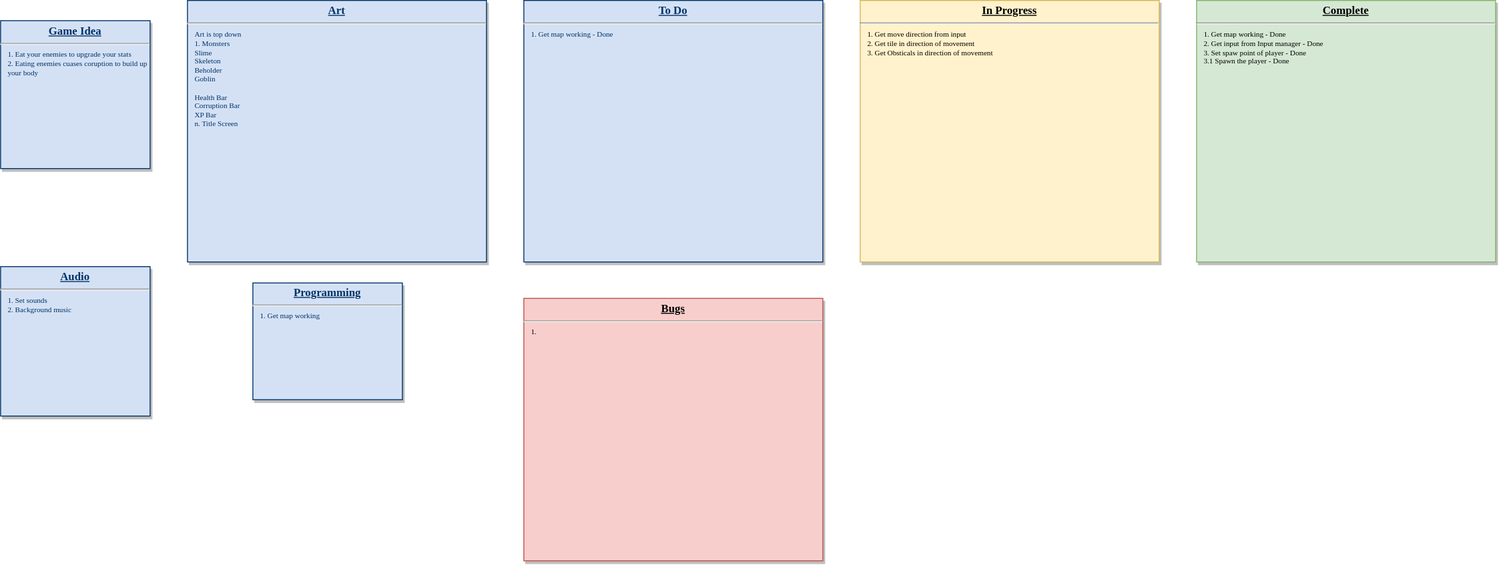
The draw.io diagram Planning.svg in bitbear101/Insatiable, before a commit. Source tidied: cells renumbered, new cells last; positions are measured from the earlier drawing's top-left corner, leaving out a move shared by most shapes. Its diagram source:
```xml
<mxGraphModel background="#ffffff">
  <root>
    <mxCell id="0" />
    <mxCell id="1" parent="0" />
    <mxCell id="2" value="&lt;p style=&quot;margin: 0px ; margin-top: 4px ; text-align: center ; text-decoration: underline&quot;&gt;&lt;b&gt;Art&lt;/b&gt;&lt;/p&gt;&lt;hr&gt;&lt;p style=&quot;margin: 0px 0px 0px 8px ; font-size: 8px&quot;&gt;Art is top down&lt;/p&gt;&lt;p style=&quot;margin: 0px 0px 0px 8px ; font-size: 8px&quot;&gt;1. Monsters&lt;/p&gt;&lt;p style=&quot;margin: 0px 0px 0px 8px ; font-size: 8px&quot;&gt;Slime&lt;/p&gt;&lt;p style=&quot;margin: 0px 0px 0px 8px ; font-size: 8px&quot;&gt;Skeleton&lt;/p&gt;&lt;p style=&quot;margin: 0px 0px 0px 8px ; font-size: 8px&quot;&gt;Beholder&lt;/p&gt;&lt;p style=&quot;margin: 0px 0px 0px 8px ; font-size: 8px&quot;&gt;Goblin&lt;/p&gt;&lt;p style=&quot;margin: 0px 0px 0px 8px ; font-size: 8px&quot;&gt;&lt;br&gt;&lt;/p&gt;&lt;p style=&quot;margin: 0px 0px 0px 8px ; font-size: 8px&quot;&gt;Health Bar&lt;/p&gt;&lt;p style=&quot;margin: 0px 0px 0px 8px ; font-size: 8px&quot;&gt;Corruption Bar&lt;/p&gt;&lt;p style=&quot;margin: 0px 0px 0px 8px ; font-size: 8px&quot;&gt;XP Bar&lt;/p&gt;&lt;p style=&quot;margin: 0px 0px 0px 8px ; font-size: 8px&quot;&gt;n. Title Screen&lt;/p&gt;" style="verticalAlign=top;align=left;overflow=fill;fontSize=12;fontFamily=JetBrains Mono;html=1;strokeColor=#003366;shadow=1;fillColor=#D4E1F5;fontColor=#003366;fontSource=https%3A%2F%2Ffonts.googleapis.com%2Fcss%3Ffamily%3DJetBrains%2BMono;whiteSpace=wrap;" parent="1" vertex="1">
      <mxGeometry x="200" width="320" height="280" as="geometry" />
    </mxCell>
    <mxCell id="3" value="&lt;p style=&quot;margin: 0px ; margin-top: 4px ; text-align: center ; text-decoration: underline&quot;&gt;&lt;b&gt;Programming&lt;/b&gt;&lt;/p&gt;&lt;hr&gt;&lt;p style=&quot;margin: 0px 0px 0px 8px ; font-size: 8px&quot;&gt;1. Get map working&lt;/p&gt;" style="verticalAlign=top;align=left;overflow=fill;fontSize=12;fontFamily=JetBrains Mono;html=1;strokeColor=#003366;shadow=1;fillColor=#D4E1F5;fontColor=#003366;fontSource=https%3A%2F%2Ffonts.googleapis.com%2Fcss%3Ffamily%3DJetBrains%2BMono;whiteSpace=wrap;" parent="1" vertex="1">
      <mxGeometry x="270" y="302.5" width="160" height="125" as="geometry" />
    </mxCell>
    <mxCell id="4" value="&lt;p style=&quot;margin: 0px ; margin-top: 4px ; text-align: center ; text-decoration: underline&quot;&gt;&lt;b&gt;Audio&lt;/b&gt;&lt;/p&gt;&lt;hr&gt;&lt;p style=&quot;margin: 0px 0px 0px 8px ; font-size: 8px&quot;&gt;1. Set sounds&lt;/p&gt;&lt;p style=&quot;margin: 0px 0px 0px 8px ; font-size: 8px&quot;&gt;2. B&lt;span&gt;ackground music&lt;/span&gt;&lt;/p&gt;" style="verticalAlign=top;align=left;overflow=fill;fontSize=12;fontFamily=JetBrains Mono;html=1;strokeColor=#003366;shadow=1;fillColor=#D4E1F5;fontColor=#003366;fontSource=https%3A%2F%2Ffonts.googleapis.com%2Fcss%3Ffamily%3DJetBrains%2BMono;whiteSpace=wrap;" parent="1" vertex="1">
      <mxGeometry y="285" width="160" height="160" as="geometry" />
    </mxCell>
    <mxCell id="5" value="&lt;p style=&quot;margin: 0px ; margin-top: 4px ; text-align: center ; text-decoration: underline&quot;&gt;&lt;b&gt;Game Idea&lt;/b&gt;&lt;/p&gt;&lt;hr&gt;&lt;p style=&quot;margin: 0px 0px 0px 8px ; font-size: 8px&quot;&gt;1. Eat your enemies to upgrade your stats&lt;/p&gt;&lt;p style=&quot;margin: 0px 0px 0px 8px ; font-size: 8px&quot;&gt;2. Eating enemies cuases coruption to build up your body&lt;/p&gt;" style="verticalAlign=top;align=left;overflow=fill;fontSize=12;fontFamily=JetBrains Mono;html=1;strokeColor=#003366;shadow=1;fillColor=#D4E1F5;fontColor=#003366;fontSource=https%3A%2F%2Ffonts.googleapis.com%2Fcss%3Ffamily%3DJetBrains%2BMono;whiteSpace=wrap;" parent="1" vertex="1">
      <mxGeometry y="21.6" width="160" height="158.4" as="geometry" />
    </mxCell>
    <mxCell id="6" value="&lt;p style=&quot;margin: 0px ; margin-top: 4px ; text-align: center ; text-decoration: underline&quot;&gt;&lt;b&gt;In Progress&lt;/b&gt;&lt;/p&gt;&lt;hr&gt;&lt;p style=&quot;margin: 0px 0px 0px 8px ; font-size: 8px&quot;&gt;&lt;span&gt;1. Get move direction from input&lt;/span&gt;&lt;br&gt;&lt;/p&gt;&lt;p style=&quot;margin: 0px 0px 0px 8px ; font-size: 8px&quot;&gt;2. Get tile in direction of movement&lt;/p&gt;&lt;p style=&quot;margin: 0px 0px 0px 8px ; font-size: 8px&quot;&gt;3. Get Obsticals in direction of movement&lt;/p&gt;" style="verticalAlign=top;align=left;overflow=fill;fontSize=12;fontFamily=JetBrains Mono;html=1;strokeColor=#d6b656;shadow=1;fillColor=#fff2cc;fontSource=https%3A%2F%2Ffonts.googleapis.com%2Fcss%3Ffamily%3DJetBrains%2BMono;whiteSpace=wrap;" parent="1" vertex="1">
      <mxGeometry x="920" width="320" height="280" as="geometry" />
    </mxCell>
    <mxCell id="7" value="&lt;p style=&quot;margin: 0px ; margin-top: 4px ; text-align: center ; text-decoration: underline&quot;&gt;&lt;b&gt;To Do&lt;/b&gt;&lt;/p&gt;&lt;hr&gt;&lt;p style=&quot;margin: 0px 0px 0px 8px ; font-size: 8px&quot;&gt;1. Get map working - Done&lt;/p&gt;" style="verticalAlign=top;align=left;overflow=fill;fontSize=12;fontFamily=JetBrains Mono;html=1;strokeColor=#003366;shadow=1;fillColor=#D4E1F5;fontColor=#003366;fontSource=https%3A%2F%2Ffonts.googleapis.com%2Fcss%3Ffamily%3DJetBrains%2BMono;whiteSpace=wrap;" parent="1" vertex="1">
      <mxGeometry x="560" width="320" height="280" as="geometry" />
    </mxCell>
    <mxCell id="8" value="&lt;p style=&quot;margin: 0px ; margin-top: 4px ; text-align: center ; text-decoration: underline&quot;&gt;&lt;b&gt;Bugs&lt;/b&gt;&lt;/p&gt;&lt;hr&gt;&lt;p style=&quot;margin: 0px 0px 0px 8px ; font-size: 8px&quot;&gt;1.&amp;nbsp;&lt;/p&gt;" style="verticalAlign=top;align=left;overflow=fill;fontSize=12;fontFamily=JetBrains Mono;html=1;strokeColor=#b85450;shadow=1;fillColor=#f8cecc;fontSource=https%3A%2F%2Ffonts.googleapis.com%2Fcss%3Ffamily%3DJetBrains%2BMono;whiteSpace=wrap;" parent="1" vertex="1">
      <mxGeometry x="560" y="319" width="320" height="281" as="geometry" />
    </mxCell>
    <mxCell id="9" value="&lt;p style=&quot;margin: 0px ; margin-top: 4px ; text-align: center ; text-decoration: underline&quot;&gt;&lt;b&gt;Complete&lt;/b&gt;&lt;/p&gt;&lt;hr&gt;&lt;p style=&quot;margin: 0px 0px 0px 8px ; font-size: 8px&quot;&gt;1. Get map working - Done&lt;/p&gt;&lt;p style=&quot;margin: 0px 0px 0px 8px ; font-size: 8px&quot;&gt;2. Get input from Input manager - Done&lt;/p&gt;&lt;p style=&quot;margin: 0px 0px 0px 8px ; font-size: 8px&quot;&gt;3. Set spaw point of player - Done&lt;br&gt;&lt;/p&gt;&lt;p style=&quot;margin: 0px 0px 0px 8px ; font-size: 8px&quot;&gt;3.1 Spawn the player - Done&lt;/p&gt;" style="verticalAlign=top;align=left;overflow=fill;fontSize=12;fontFamily=JetBrains Mono;html=1;strokeColor=#82b366;shadow=1;fillColor=#d5e8d4;fontSource=https%3A%2F%2Ffonts.googleapis.com%2Fcss%3Ffamily%3DJetBrains%2BMono;whiteSpace=wrap;" parent="1" vertex="1">
      <mxGeometry x="1280" width="320" height="280" as="geometry" />
    </mxCell>
  </root>
</mxGraphModel>
```
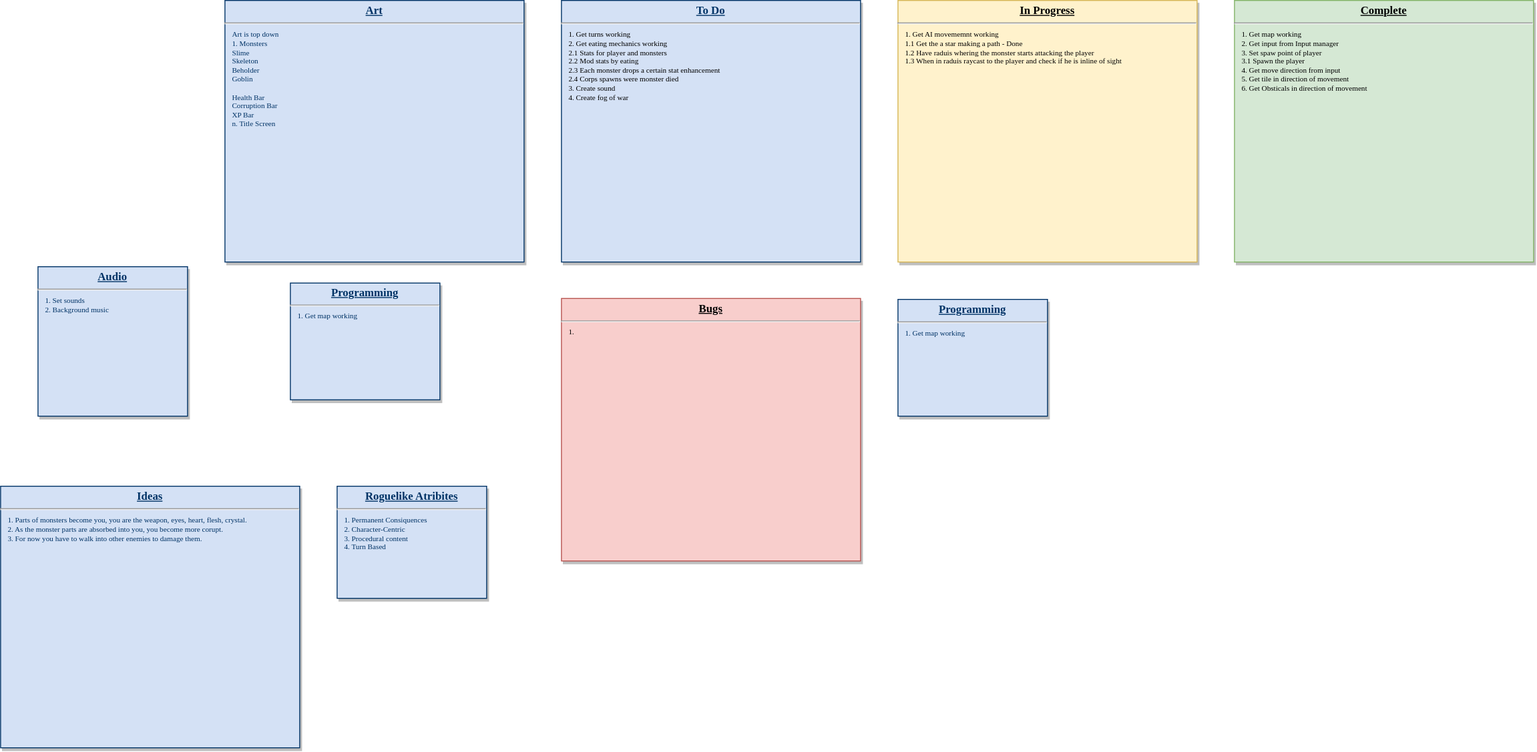
The same diagram one commit later.

What changed in the source:
```diff
@@ -11,20 +11,26 @@
     <mxCell id="4" value="&lt;p style=&quot;margin: 0px ; margin-top: 4px ; text-align: center ; text-decoration: underline&quot;&gt;&lt;b&gt;Audio&lt;/b&gt;&lt;/p&gt;&lt;hr&gt;&lt;p style=&quot;margin: 0px 0px 0px 8px ; font-size: 8px&quot;&gt;1. Set sounds&lt;/p&gt;&lt;p style=&quot;margin: 0px 0px 0px 8px ; font-size: 8px&quot;&gt;2. B&lt;span&gt;ackground music&lt;/span&gt;&lt;/p&gt;" style="verticalAlign=top;align=left;overflow=fill;fontSize=12;fontFamily=JetBrains Mono;html=1;strokeColor=#003366;shadow=1;fillColor=#D4E1F5;fontColor=#003366;fontSource=https%3A%2F%2Ffonts.googleapis.com%2Fcss%3Ffamily%3DJetBrains%2BMono;whiteSpace=wrap;" parent="1" vertex="1">
       <mxGeometry y="285" width="160" height="160" as="geometry" />
     </mxCell>
-    <mxCell id="5" value="&lt;p style=&quot;margin: 0px ; margin-top: 4px ; text-align: center ; text-decoration: underline&quot;&gt;&lt;b&gt;Game Idea&lt;/b&gt;&lt;/p&gt;&lt;hr&gt;&lt;p style=&quot;margin: 0px 0px 0px 8px ; font-size: 8px&quot;&gt;1. Eat your enemies to upgrade your stats&lt;/p&gt;&lt;p style=&quot;margin: 0px 0px 0px 8px ; font-size: 8px&quot;&gt;2. Eating enemies cuases coruption to build up your body&lt;/p&gt;" style="verticalAlign=top;align=left;overflow=fill;fontSize=12;fontFamily=JetBrains Mono;html=1;strokeColor=#003366;shadow=1;fillColor=#D4E1F5;fontColor=#003366;fontSource=https%3A%2F%2Ffonts.googleapis.com%2Fcss%3Ffamily%3DJetBrains%2BMono;whiteSpace=wrap;" parent="1" vertex="1">
-      <mxGeometry y="21.6" width="160" height="158.4" as="geometry" />
-    </mxCell>
-    <mxCell id="6" value="&lt;p style=&quot;margin: 0px ; margin-top: 4px ; text-align: center ; text-decoration: underline&quot;&gt;&lt;b&gt;In Progress&lt;/b&gt;&lt;/p&gt;&lt;hr&gt;&lt;p style=&quot;margin: 0px 0px 0px 8px ; font-size: 8px&quot;&gt;&lt;span&gt;1. Get move direction from input&lt;/span&gt;&lt;br&gt;&lt;/p&gt;&lt;p style=&quot;margin: 0px 0px 0px 8px ; font-size: 8px&quot;&gt;2. Get tile in direction of movement&lt;/p&gt;&lt;p style=&quot;margin: 0px 0px 0px 8px ; font-size: 8px&quot;&gt;3. Get Obsticals in direction of movement&lt;/p&gt;" style="verticalAlign=top;align=left;overflow=fill;fontSize=12;fontFamily=JetBrains Mono;html=1;strokeColor=#d6b656;shadow=1;fillColor=#fff2cc;fontSource=https%3A%2F%2Ffonts.googleapis.com%2Fcss%3Ffamily%3DJetBrains%2BMono;whiteSpace=wrap;" parent="1" vertex="1">
+    <mxCell id="6" value="&lt;p style=&quot;margin: 0px ; margin-top: 4px ; text-align: center ; text-decoration: underline&quot;&gt;&lt;b&gt;In Progress&lt;/b&gt;&lt;/p&gt;&lt;hr&gt;&lt;p style=&quot;margin: 0px 0px 0px 8px ; font-size: 8px&quot;&gt;&lt;span&gt;1. Get AI movememnt working&lt;/span&gt;&lt;/p&gt;&lt;p style=&quot;margin: 0px 0px 0px 8px ; font-size: 8px&quot;&gt;&lt;span&gt;1.1 Get the a star making a path - Done&lt;/span&gt;&lt;/p&gt;&lt;p style=&quot;margin: 0px 0px 0px 8px ; font-size: 8px&quot;&gt;&lt;span&gt;1.2 Have raduis whering the monster starts attacking the player&lt;/span&gt;&lt;/p&gt;&lt;p style=&quot;margin: 0px 0px 0px 8px ; font-size: 8px&quot;&gt;&lt;span&gt;1.3 When in raduis raycast to the player and check if he is inline of sight&lt;/span&gt;&lt;/p&gt;&lt;p style=&quot;margin: 0px 0px 0px 8px ; font-size: 8px&quot;&gt;&lt;br&gt;&lt;/p&gt;" style="verticalAlign=top;align=left;overflow=fill;fontSize=12;fontFamily=JetBrains Mono;html=1;strokeColor=#d6b656;shadow=1;fillColor=#fff2cc;fontSource=https%3A%2F%2Ffonts.googleapis.com%2Fcss%3Ffamily%3DJetBrains%2BMono;whiteSpace=wrap;" parent="1" vertex="1">
       <mxGeometry x="920" width="320" height="280" as="geometry" />
     </mxCell>
-    <mxCell id="7" value="&lt;p style=&quot;margin: 0px ; margin-top: 4px ; text-align: center ; text-decoration: underline&quot;&gt;&lt;b&gt;To Do&lt;/b&gt;&lt;/p&gt;&lt;hr&gt;&lt;p style=&quot;margin: 0px 0px 0px 8px ; font-size: 8px&quot;&gt;1. Get map working - Done&lt;/p&gt;" style="verticalAlign=top;align=left;overflow=fill;fontSize=12;fontFamily=JetBrains Mono;html=1;strokeColor=#003366;shadow=1;fillColor=#D4E1F5;fontColor=#003366;fontSource=https%3A%2F%2Ffonts.googleapis.com%2Fcss%3Ffamily%3DJetBrains%2BMono;whiteSpace=wrap;" parent="1" vertex="1">
+    <mxCell id="7" value="&lt;p style=&quot;margin: 0px ; margin-top: 4px ; text-align: center ; text-decoration: underline&quot;&gt;&lt;b&gt;To Do&lt;/b&gt;&lt;/p&gt;&lt;hr&gt;&lt;p style=&quot;color: rgb(0 , 0 , 0) ; margin: 0px 0px 0px 8px ; font-size: 8px&quot;&gt;1. Get turns working&lt;/p&gt;&lt;p style=&quot;color: rgb(0 , 0 , 0) ; margin: 0px 0px 0px 8px ; font-size: 8px&quot;&gt;2. Get eating mechanics working&lt;/p&gt;&lt;p style=&quot;color: rgb(0 , 0 , 0) ; margin: 0px 0px 0px 8px ; font-size: 8px&quot;&gt;2.1 Stats for player and monsters&lt;/p&gt;&lt;p style=&quot;color: rgb(0 , 0 , 0) ; margin: 0px 0px 0px 8px ; font-size: 8px&quot;&gt;2.2 Mod stats by eating&lt;/p&gt;&lt;p style=&quot;color: rgb(0 , 0 , 0) ; margin: 0px 0px 0px 8px ; font-size: 8px&quot;&gt;2.3 Each monster drops a certain stat enhancement&lt;/p&gt;&lt;p style=&quot;color: rgb(0 , 0 , 0) ; margin: 0px 0px 0px 8px ; font-size: 8px&quot;&gt;2.4 Corps spawns were monster died&lt;/p&gt;&lt;p style=&quot;color: rgb(0 , 0 , 0) ; margin: 0px 0px 0px 8px ; font-size: 8px&quot;&gt;3. Create sound&lt;/p&gt;&lt;p style=&quot;color: rgb(0 , 0 , 0) ; margin: 0px 0px 0px 8px ; font-size: 8px&quot;&gt;4. Create fog of war&lt;/p&gt;" style="verticalAlign=top;align=left;overflow=fill;fontSize=12;fontFamily=JetBrains Mono;html=1;strokeColor=#003366;shadow=1;fillColor=#D4E1F5;fontColor=#003366;fontSource=https%3A%2F%2Ffonts.googleapis.com%2Fcss%3Ffamily%3DJetBrains%2BMono;whiteSpace=wrap;" parent="1" vertex="1">
       <mxGeometry x="560" width="320" height="280" as="geometry" />
     </mxCell>
     <mxCell id="8" value="&lt;p style=&quot;margin: 0px ; margin-top: 4px ; text-align: center ; text-decoration: underline&quot;&gt;&lt;b&gt;Bugs&lt;/b&gt;&lt;/p&gt;&lt;hr&gt;&lt;p style=&quot;margin: 0px 0px 0px 8px ; font-size: 8px&quot;&gt;1.&amp;nbsp;&lt;/p&gt;" style="verticalAlign=top;align=left;overflow=fill;fontSize=12;fontFamily=JetBrains Mono;html=1;strokeColor=#b85450;shadow=1;fillColor=#f8cecc;fontSource=https%3A%2F%2Ffonts.googleapis.com%2Fcss%3Ffamily%3DJetBrains%2BMono;whiteSpace=wrap;" parent="1" vertex="1">
       <mxGeometry x="560" y="319" width="320" height="281" as="geometry" />
     </mxCell>
-    <mxCell id="9" value="&lt;p style=&quot;margin: 0px ; margin-top: 4px ; text-align: center ; text-decoration: underline&quot;&gt;&lt;b&gt;Complete&lt;/b&gt;&lt;/p&gt;&lt;hr&gt;&lt;p style=&quot;margin: 0px 0px 0px 8px ; font-size: 8px&quot;&gt;1. Get map working - Done&lt;/p&gt;&lt;p style=&quot;margin: 0px 0px 0px 8px ; font-size: 8px&quot;&gt;2. Get input from Input manager - Done&lt;/p&gt;&lt;p style=&quot;margin: 0px 0px 0px 8px ; font-size: 8px&quot;&gt;3. Set spaw point of player - Done&lt;br&gt;&lt;/p&gt;&lt;p style=&quot;margin: 0px 0px 0px 8px ; font-size: 8px&quot;&gt;3.1 Spawn the player - Done&lt;/p&gt;" style="verticalAlign=top;align=left;overflow=fill;fontSize=12;fontFamily=JetBrains Mono;html=1;strokeColor=#82b366;shadow=1;fillColor=#d5e8d4;fontSource=https%3A%2F%2Ffonts.googleapis.com%2Fcss%3Ffamily%3DJetBrains%2BMono;whiteSpace=wrap;" parent="1" vertex="1">
+    <mxCell id="9" value="&lt;p style=&quot;margin: 0px ; margin-top: 4px ; text-align: center ; text-decoration: underline&quot;&gt;&lt;b&gt;Complete&lt;/b&gt;&lt;/p&gt;&lt;hr&gt;&lt;p style=&quot;margin: 0px 0px 0px 8px ; font-size: 8px&quot;&gt;1. Get map working&lt;/p&gt;&lt;p style=&quot;margin: 0px 0px 0px 8px ; font-size: 8px&quot;&gt;2. Get input from Input manager&lt;/p&gt;&lt;p style=&quot;margin: 0px 0px 0px 8px ; font-size: 8px&quot;&gt;3. Set spaw point of player&lt;br&gt;&lt;/p&gt;&lt;p style=&quot;margin: 0px 0px 0px 8px ; font-size: 8px&quot;&gt;3.1 Spawn the player&lt;/p&gt;&lt;p style=&quot;margin: 0px 0px 0px 8px ; font-size: 8px&quot;&gt;4. Get move direction from input&lt;br&gt;&lt;/p&gt;&lt;p style=&quot;margin: 0px 0px 0px 8px ; font-size: 8px&quot;&gt;5. Get tile in direction of movement&lt;/p&gt;&lt;p style=&quot;margin: 0px 0px 0px 8px ; font-size: 8px&quot;&gt;6. Get Obsticals in direction of movement&lt;/p&gt;" style="verticalAlign=top;align=left;overflow=fill;fontSize=12;fontFamily=JetBrains Mono;html=1;strokeColor=#82b366;shadow=1;fillColor=#d5e8d4;fontSource=https%3A%2F%2Ffonts.googleapis.com%2Fcss%3Ffamily%3DJetBrains%2BMono;whiteSpace=wrap;" parent="1" vertex="1">
       <mxGeometry x="1280" width="320" height="280" as="geometry" />
     </mxCell>
+    <mxCell id="10" value="&lt;p style=&quot;margin: 0px ; margin-top: 4px ; text-align: center ; text-decoration: underline&quot;&gt;&lt;strong&gt;Roguelike Atribites&lt;/strong&gt;&lt;/p&gt;&lt;hr&gt;&lt;p style=&quot;margin: 0px 0px 0px 8px ; font-size: 8px&quot;&gt;1. Permanent Consiquences&lt;/p&gt;&lt;p style=&quot;margin: 0px 0px 0px 8px ; font-size: 8px&quot;&gt;2. Character-Centric&lt;/p&gt;&lt;p style=&quot;margin: 0px 0px 0px 8px ; font-size: 8px&quot;&gt;3. Procedural content&lt;/p&gt;&lt;p style=&quot;margin: 0px 0px 0px 8px ; font-size: 8px&quot;&gt;4. Turn Based&lt;/p&gt;" style="verticalAlign=top;align=left;overflow=fill;fontSize=12;fontFamily=JetBrains Mono;html=1;strokeColor=#003366;shadow=1;fillColor=#D4E1F5;fontColor=#003366;fontSource=https%3A%2F%2Ffonts.googleapis.com%2Fcss%3Ffamily%3DJetBrains%2BMono;" parent="1" vertex="1">
+      <mxGeometry x="320" y="520" width="160" height="120" as="geometry" />
+    </mxCell>
+    <mxCell id="11" value="&lt;p style=&quot;margin: 0px ; margin-top: 4px ; text-align: center ; text-decoration: underline&quot;&gt;&lt;b&gt;Ideas&lt;/b&gt;&lt;/p&gt;&lt;hr&gt;&lt;p style=&quot;margin: 0px 0px 0px 8px ; font-size: 8px&quot;&gt;1. Parts of monsters become you, you are the weapon, eyes,&lt;span&gt;&amp;nbsp;heart, flesh, crystal.&lt;/span&gt;&lt;/p&gt;&lt;p style=&quot;margin: 0px 0px 0px 8px ; font-size: 8px&quot;&gt;&lt;span&gt;2. As the monster parts are absorbed into you, you become more corupt.&lt;/span&gt;&lt;/p&gt;&lt;p style=&quot;margin: 0px 0px 0px 8px ; font-size: 8px&quot;&gt;&lt;span&gt;3. For now you have to walk into other enemies to damage them.&lt;/span&gt;&lt;/p&gt;&lt;p style=&quot;margin: 0px 0px 0px 8px ; font-size: 8px&quot;&gt;&lt;span&gt;&lt;br&gt;&lt;/span&gt;&lt;/p&gt;&lt;p style=&quot;margin: 0px 0px 0px 8px ; font-size: 8px&quot;&gt;&lt;span&gt;&lt;br&gt;&lt;/span&gt;&lt;/p&gt;" style="verticalAlign=top;align=left;overflow=fill;fontSize=12;fontFamily=JetBrains Mono;html=1;strokeColor=#003366;shadow=1;fillColor=#D4E1F5;fontColor=#003366;fontSource=https%3A%2F%2Ffonts.googleapis.com%2Fcss%3Ffamily%3DJetBrains%2BMono;whiteSpace=wrap;" parent="1" vertex="1">
+      <mxGeometry x="-40" y="520" width="320" height="280" as="geometry" />
+    </mxCell>
+    <mxCell id="12" value="&lt;p style=&quot;margin: 4px 0px 0px ; text-align: center&quot;&gt;&lt;b&gt;&lt;u&gt;Programming&lt;/u&gt;&lt;/b&gt;&lt;br&gt;&lt;/p&gt;&lt;hr&gt;&lt;p style=&quot;margin: 0px 0px 0px 8px ; font-size: 8px&quot;&gt;1. Get map working&lt;/p&gt;" style="verticalAlign=top;align=left;overflow=fill;fontSize=12;fontFamily=JetBrains Mono;html=1;strokeColor=#003366;shadow=1;fillColor=#D4E1F5;fontColor=#003366;fontSource=https%3A%2F%2Ffonts.googleapis.com%2Fcss%3Ffamily%3DJetBrains%2BMono;whiteSpace=wrap;" parent="1" vertex="1">
+      <mxGeometry x="920" y="320" width="160" height="125" as="geometry" />
+    </mxCell>
   </root>
 </mxGraphModel>
```
